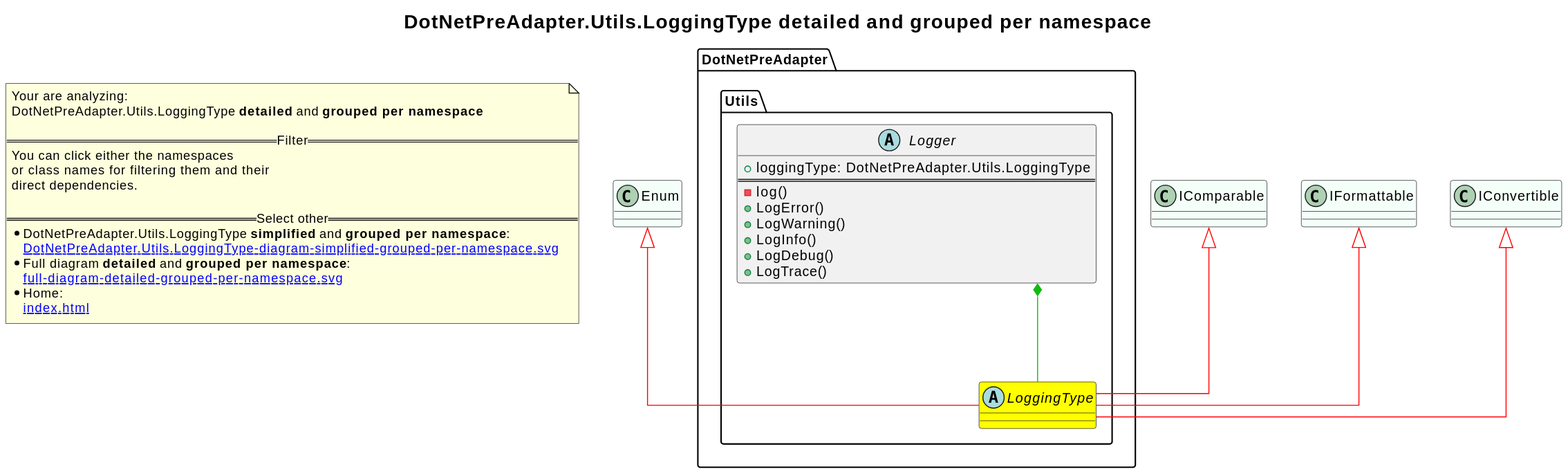
2BlackCoffees/revenger keeps this PlantUML diagram as revenger-csharp-adapter.out/DotNetPreAdapter.Utils.LoggingType-diagram-detailed-grouped-per-namespace.svg. Above is the earlier version. Its diagram source:
```plantuml
@startuml
skinparam linetype ortho
title <size:20>DotNetPreAdapter.Utils.LoggingType **detailed** and **grouped per namespace**</size>
note "Your are analyzing:\nDotNetPreAdapter.Utils.LoggingType **detailed** and **grouped per namespace**\n\n==Filter==\nYou can click either the namespaces \nor class names for filtering them and their\ndirect dependencies.\n\n==Select other==\n* DotNetPreAdapter.Utils.LoggingType **simplified** and **grouped per namespace**:\n   [[DotNetPreAdapter.Utils.LoggingType-diagram-simplified-grouped-per-namespace.svg]]\n* Full diagram **detailed** and **grouped per namespace**:\n   [[full-diagram-detailed-grouped-per-namespace.svg]]\n* Home:\n   [[index.html]]" as FloatingNote
class Enum [[Enum-diagram-detailed-grouped-per-namespace.svg]] #MintCream {
}
class IComparable [[IComparable-diagram-detailed-grouped-per-namespace.svg]] #MintCream {
}
class IFormattable [[IFormattable-diagram-detailed-grouped-per-namespace.svg]] #MintCream {
}
class IConvertible [[IConvertible-diagram-detailed-grouped-per-namespace.svg]] #MintCream {
}
namespace DotNetPreAdapter [[DotNetPreAdapter-diagram-detailed-grouped-per-namespace.svg]] {
namespace DotNetPreAdapter.Utils [[DotNetPreAdapter.Utils-diagram-detailed-grouped-per-namespace.svg]] {
  abstract class DotNetPreAdapter.Utils.LoggingType [[DotNetPreAdapter.Utils.LoggingType-diagram-detailed-grouped-per-namespace.svg]] #yellow {
  }
  abstract class DotNetPreAdapter.Utils.Logger [[DotNetPreAdapter.Utils.Logger-diagram-detailed-grouped-per-namespace.svg]]  {
    + loggingType: DotNetPreAdapter.Utils.LoggingType
==
    - log(<font color="6060BB"></font>)
    + LogError(<font color="6060BB"></font>)
    + LogWarning(<font color="6060BB"></font>)
    + LogInfo(<font color="6060BB"></font>)
    + LogDebug(<font color="6060BB"></font>)
    + LogTrace(<font color="6060BB"></font>)
  }
}
}
Enum <|-[#red]- DotNetPreAdapter.Utils.LoggingType
IComparable <|-[#red]- DotNetPreAdapter.Utils.LoggingType
IFormattable <|-[#red]- DotNetPreAdapter.Utils.LoggingType
IConvertible <|-[#red]- DotNetPreAdapter.Utils.LoggingType
DotNetPreAdapter.Utils.Logger *-[#10BB10]- DotNetPreAdapter.Utils.LoggingType
@enduml
```
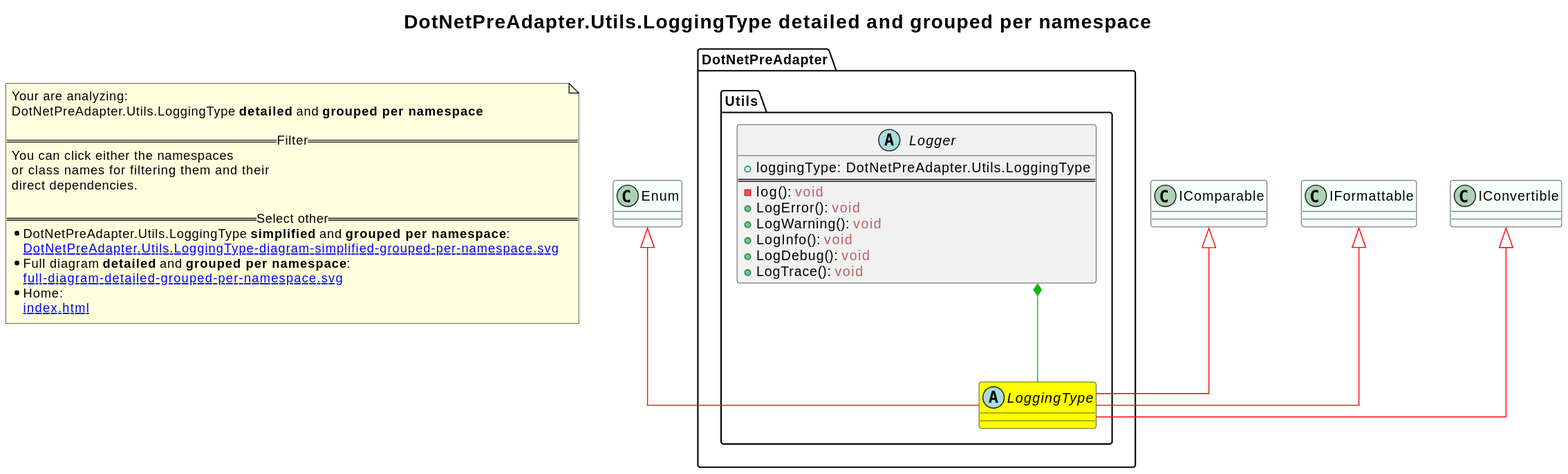
The same diagram one commit later.

What changed in the source:
```diff
@@ -17,12 +17,12 @@
   abstract class DotNetPreAdapter.Utils.Logger [[DotNetPreAdapter.Utils.Logger-diagram-detailed-grouped-per-namespace.svg]]  {
     + loggingType: DotNetPreAdapter.Utils.LoggingType
 ==
-    - log(<font color="6060BB"></font>)
-    + LogError(<font color="6060BB"></font>)
-    + LogWarning(<font color="6060BB"></font>)
-    + LogInfo(<font color="6060BB"></font>)
-    + LogDebug(<font color="6060BB"></font>)
-    + LogTrace(<font color="6060BB"></font>)
+    - log(<font color="6060BB"></font>): <font color="BB6060">void</font>
+    + LogError(<font color="6060BB"></font>): <font color="BB6060">void</font>
+    + LogWarning(<font color="6060BB"></font>): <font color="BB6060">void</font>
+    + LogInfo(<font color="6060BB"></font>): <font color="BB6060">void</font>
+    + LogDebug(<font color="6060BB"></font>): <font color="BB6060">void</font>
+    + LogTrace(<font color="6060BB"></font>): <font color="BB6060">void</font>
   }
 }
 }
```
